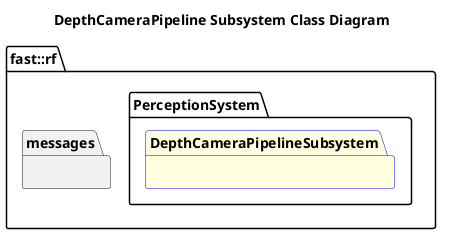
fastrobotics/robot_framework keeps this PlantUML diagram as Systems/Perception/Subsystems/DepthCameraPipeline/doc/puml/DepthCameraPipelineSubsystemClassDiagram.png. Above is the earlier version. The source it was exported from:
```plantuml
@startuml
title DepthCameraPipeline Subsystem Class Diagram
namespace fast::rf {
  namespace messages {
  }
  namespace PerceptionSystem {
    package DepthCameraPipelineSubsystem #LightYellow;line:blue {
    }
  }
}
@enduml
```
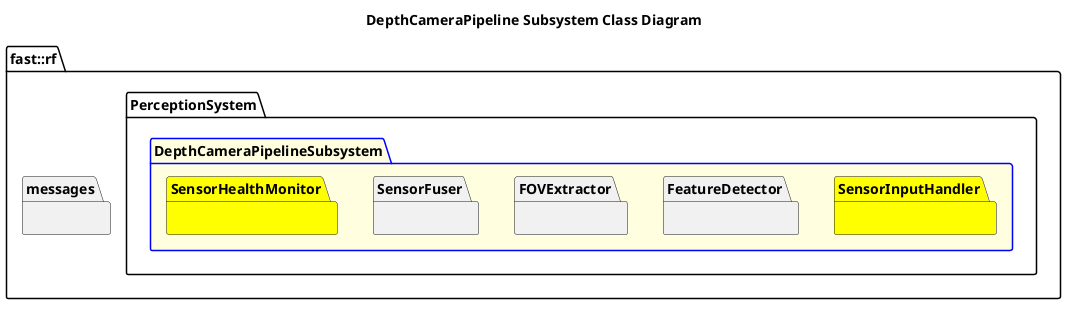
The same diagram one commit later.

What changed in the source:
```diff
@@ -5,6 +5,21 @@
   }
   namespace PerceptionSystem {
     package DepthCameraPipelineSubsystem #LightYellow;line:blue {
+        namespace SensorInputHandler #Yellow {
+
+        }
+        namespace FeatureDetector {
+
+        }
+        namespace FOVExtractor {
+
+        }
+        namespace SensorFuser {
+
+        }
+        namespace SensorHealthMonitor #Yellow {
+
+        }
     }
   }
 }
```
